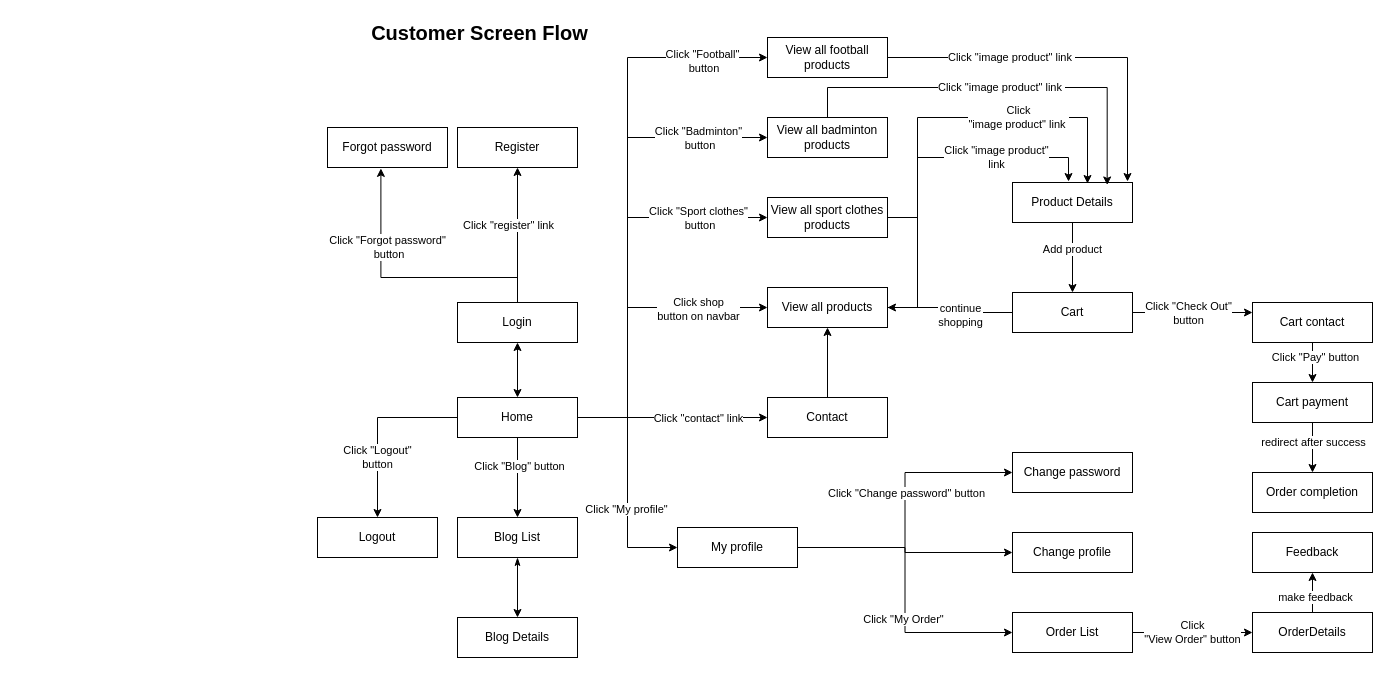
Before: page "User screen flow" (2 of 8) of document/Screen flow.drawio in QuynhNTT1802/SWP391-QuanLyMayPhatDien-G1, a draw.io diagram. Source tidied: cells renumbered, new cells numbered last; positions are measured from the earlier drawing's top-left corner, leaving out a move shared by most shapes. Both pictures are drawn from the tidied source at 100%, with x=0, y=0 at pixel (317, 17).
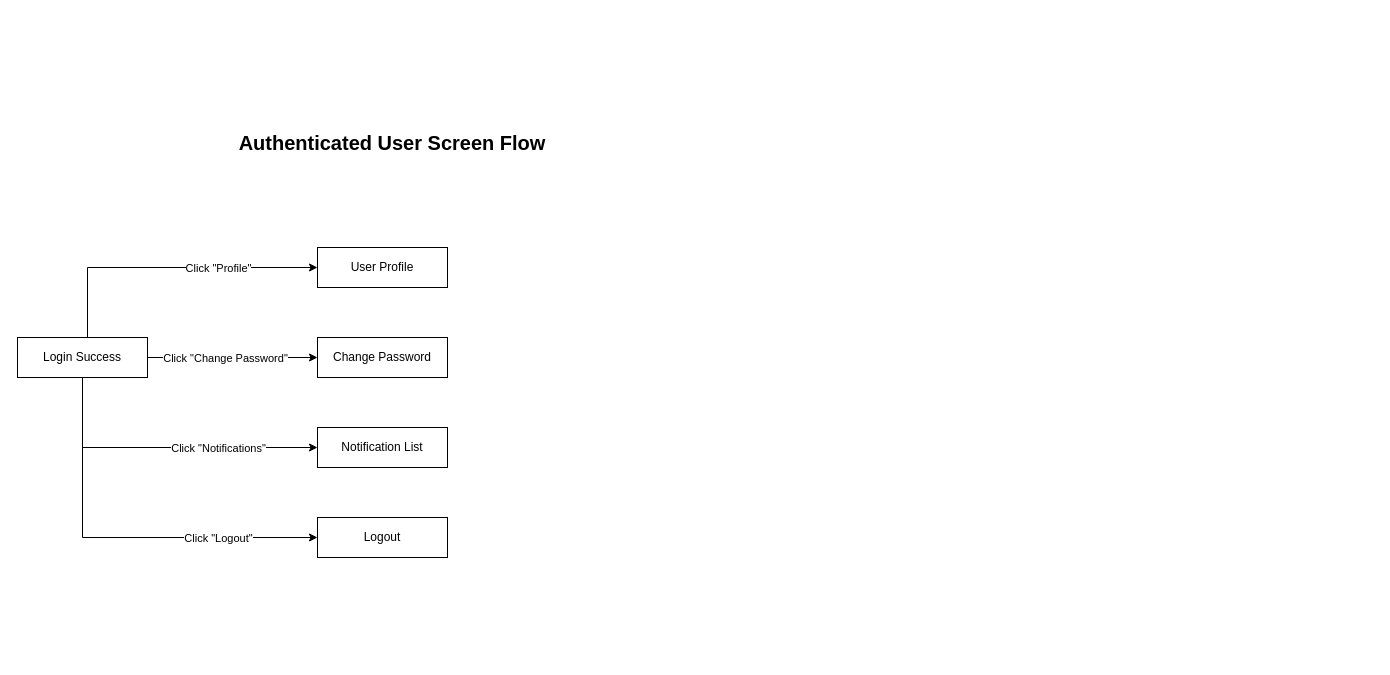
The same page after the edit.

Diff of the diagram source:
```diff
@@
-    <mxCell id="2" style="edgeStyle=orthogonalEdgeStyle;rounded=0;jettySize=auto;html=1;entryX=0.5;entryY=1;entryDx=0;entryDy=0;exitX=0.5;exitY=0;exitDx=0;exitDy=0;" parent="1" edge="1" source="67" target="4">
-      <mxGeometry relative="1" as="geometry" />
-    </mxCell>
-    <mxCell id="3" value="Click &quot;register&quot; link" style="edgeLabel;html=1;align=center;verticalAlign=middle;" parent="2" vertex="1">
-      <mxGeometry x="0.19" y="1" relative="1" as="geometry">
-        <mxPoint x="-9" y="2" as="offset" />
-      </mxGeometry>
-    </mxCell>
-    <mxCell id="4" value="Register" style="rounded=0;whiteSpace=wrap;html=1;" parent="1" vertex="1">
-      <mxGeometry x="140" y="110" width="120" height="40" as="geometry" />
-    </mxCell>
-    <mxCell id="5" value="Forgot password" style="rounded=0;whiteSpace=wrap;html=1;" parent="1" vertex="1">
-      <mxGeometry x="10" y="110" width="120" height="40" as="geometry" />
-    </mxCell>
-    <mxCell id="6" style="edgeStyle=orthogonalEdgeStyle;rounded=0;jettySize=auto;html=1;entryX=0;entryY=0.5;entryDx=0;entryDy=0;" parent="1" edge="1" source="18" target="20">
-      <mxGeometry relative="1" as="geometry">
-        <Array as="points">
-          <mxPoint x="310" y="400" />
-          <mxPoint x="310" y="290" />
-        </Array>
-      </mxGeometry>
-    </mxCell>
-    <mxCell id="7" value="Click shop&lt;br&gt;button on navbar" style="edgeLabel;html=1;align=center;verticalAlign=middle;" parent="6" vertex="1">
-      <mxGeometry x="-0.23" y="1" relative="1" as="geometry">
-        <mxPoint x="71" y="-43" as="offset" />
-      </mxGeometry>
-    </mxCell>
-    <mxCell id="8" style="edgeStyle=orthogonalEdgeStyle;rounded=0;jettySize=auto;html=1;entryX=0;entryY=0.5;entryDx=0;entryDy=0;" parent="1" edge="1" source="18" target="25">
-      <mxGeometry relative="1" as="geometry" />
-    </mxCell>
-    <mxCell id="9" value="Click &quot;contact&quot; link" style="edgeLabel;html=1;align=center;verticalAlign=middle;" parent="8" vertex="1">
-      <mxGeometry x="-0.16" y="1" relative="1" as="geometry">
-        <mxPoint x="40" y="1" as="offset" />
-      </mxGeometry>
-    </mxCell>
-    <mxCell id="10" style="edgeStyle=orthogonalEdgeStyle;rounded=0;jettySize=auto;html=1;entryX=0;entryY=0.5;entryDx=0;entryDy=0;" parent="1" edge="1" source="18" target="43">
-      <mxGeometry relative="1" as="geometry" />
-    </mxCell>
-    <mxCell id="11" value="Click &quot;My profile&quot;" style="edgeLabel;html=1;align=center;verticalAlign=middle;" parent="10" vertex="1">
-      <mxGeometry x="0.23" y="-2" relative="1" as="geometry" />
-    </mxCell>
-    <mxCell id="12" style="edgeStyle=orthogonalEdgeStyle;rounded=0;jettySize=auto;html=1;entryX=0.5;entryY=0;entryDx=0;entryDy=0;" parent="1" edge="1" source="18" target="53">
-      <mxGeometry relative="1" as="geometry" />
-    </mxCell>
-    <mxCell id="13" value="Click &quot;Blog&quot; button" style="edgeLabel;html=1;align=center;verticalAlign=middle;" parent="12" vertex="1">
-      <mxGeometry x="-0.3" y="1" relative="1" as="geometry" />
-    </mxCell>
-    <mxCell id="14" style="edgeStyle=orthogonalEdgeStyle;rounded=0;jettySize=auto;html=1;entryX=0;entryY=0.5;entryDx=0;entryDy=0;" parent="1" edge="1" source="18" target="57">
-      <mxGeometry relative="1" as="geometry">
-        <Array as="points">
-          <mxPoint x="310" y="400" />
-          <mxPoint x="310" y="200" />
-        </Array>
-      </mxGeometry>
-    </mxCell>
-    <mxCell id="15" style="edgeStyle=orthogonalEdgeStyle;rounded=0;jettySize=auto;html=1;entryX=0;entryY=0.5;entryDx=0;entryDy=0;" parent="1" edge="1" source="18" target="59">
-      <mxGeometry relative="1" as="geometry">
-        <Array as="points">
-          <mxPoint x="310" y="400" />
-          <mxPoint x="310" y="120" />
-        </Array>
-      </mxGeometry>
-    </mxCell>
-    <mxCell id="16" style="edgeStyle=orthogonalEdgeStyle;rounded=0;jettySize=auto;html=1;entryX=0;entryY=0.5;entryDx=0;entryDy=0;" parent="1" edge="1" source="18" target="61">
-      <mxGeometry relative="1" as="geometry">
-        <Array as="points">
-          <mxPoint x="310" y="400" />
-          <mxPoint x="310" y="40" />
-        </Array>
-      </mxGeometry>
-    </mxCell>
-    <mxCell id="17" value="Click &quot;Logout&quot;&lt;br&gt;button" style="edgeStyle=orthogonalEdgeStyle;rounded=0;jettySize=auto;html=1;entryX=0.5;entryY=0;entryDx=0;entryDy=0;" parent="1" edge="1" source="18" target="68">
-      <mxGeometry x="0.33" relative="1" as="geometry" />
-    </mxCell>
-    <mxCell id="18" value="Home" style="rounded=0;whiteSpace=wrap;html=1;" parent="1" vertex="1">
-      <mxGeometry x="140" y="380" width="120" height="40" as="geometry" />
-    </mxCell>
-    <mxCell id="19" value="Click&amp;nbsp;&quot;image product&quot;&lt;br&gt;&amp;nbsp;link&amp;nbsp;" style="edgeStyle=orthogonalEdgeStyle;rounded=0;jettySize=auto;html=1;entryX=0.467;entryY=-0.024;entryDx=0;entryDy=0;entryPerimeter=0;" parent="1" edge="1" source="20" target="23">
-      <mxGeometry x="0.46" relative="1" as="geometry">
-        <Array as="points">
-          <mxPoint x="600" y="290" />
-          <mxPoint x="600" y="140" />
-          <mxPoint x="751" y="140" />
-        </Array>
-      </mxGeometry>
-    </mxCell>
-    <mxCell id="20" value="View all products" style="rounded=0;whiteSpace=wrap;html=1;" parent="1" vertex="1">
-      <mxGeometry x="450" y="270" width="120" height="40" as="geometry" />
-    </mxCell>
-    <mxCell id="21" style="edgeStyle=orthogonalEdgeStyle;rounded=0;jettySize=auto;html=1;entryX=0.5;entryY=0;entryDx=0;entryDy=0;" parent="1" edge="1" source="23" target="30">
-      <mxGeometry relative="1" as="geometry" />
-    </mxCell>
-    <mxCell id="22" value="Add product" style="edgeLabel;html=1;align=center;verticalAlign=middle;" parent="21" vertex="1">
-      <mxGeometry x="-0.27" y="-1" relative="1" as="geometry" />
-    </mxCell>
-    <mxCell id="23" value="Product Details" style="rounded=0;whiteSpace=wrap;html=1;" parent="1" vertex="1">
-      <mxGeometry x="695" y="165" width="120" height="40" as="geometry" />
-    </mxCell>
-    <mxCell id="24" style="edgeStyle=orthogonalEdgeStyle;rounded=0;jettySize=auto;html=1;" parent="1" edge="1" source="25" target="20">
-      <mxGeometry relative="1" as="geometry" />
-    </mxCell>
-    <mxCell id="25" value="Contact" style="rounded=0;whiteSpace=wrap;html=1;" parent="1" vertex="1">
-      <mxGeometry x="450" y="380" width="120" height="40" as="geometry" />
-    </mxCell>
-    <mxCell id="26" style="edgeStyle=orthogonalEdgeStyle;rounded=0;jettySize=auto;html=1;entryX=1;entryY=0.5;entryDx=0;entryDy=0;" parent="1" edge="1" source="30" target="20">
-      <mxGeometry relative="1" as="geometry" />
-    </mxCell>
-    <mxCell id="27" value="continue&lt;br&gt;shopping" style="edgeLabel;html=1;align=center;verticalAlign=middle;" parent="26" vertex="1">
-      <mxGeometry x="-0.19" y="2" relative="1" as="geometry" />
-    </mxCell>
-    <mxCell id="28" style="edgeStyle=orthogonalEdgeStyle;rounded=0;jettySize=auto;html=1;entryX=0;entryY=0.25;entryDx=0;entryDy=0;" parent="1" edge="1" source="30" target="33">
-      <mxGeometry relative="1" as="geometry" />
-    </mxCell>
-    <mxCell id="29" value="Click &quot;Check Out&quot;&lt;br&gt;button" style="edgeLabel;html=1;align=center;verticalAlign=middle;" parent="28" vertex="1">
-      <mxGeometry x="-0.32" y="1" relative="1" as="geometry">
-        <mxPoint x="14" y="1" as="offset" />
-      </mxGeometry>
-    </mxCell>
-    <mxCell id="30" value="Cart" style="rounded=0;whiteSpace=wrap;html=1;" parent="1" vertex="1">
-      <mxGeometry x="695" y="275" width="120" height="40" as="geometry" />
-    </mxCell>
-    <mxCell id="31" style="edgeStyle=orthogonalEdgeStyle;rounded=0;jettySize=auto;html=1;" parent="1" edge="1" source="33" target="36">
-      <mxGeometry relative="1" as="geometry" />
-    </mxCell>
-    <mxCell id="32" value="Click &quot;Pay&quot; button" style="edgeLabel;html=1;align=center;verticalAlign=middle;" parent="31" vertex="1">
-      <mxGeometry x="-0.28" y="2" relative="1" as="geometry" />
-    </mxCell>
-    <mxCell id="33" value="Cart contact" style="rounded=0;whiteSpace=wrap;html=1;" parent="1" vertex="1">
-      <mxGeometry x="935" y="285" width="120" height="40" as="geometry" />
-    </mxCell>
-    <mxCell id="34" style="edgeStyle=orthogonalEdgeStyle;rounded=0;jettySize=auto;html=1;entryX=0.5;entryY=0;entryDx=0;entryDy=0;" parent="1" edge="1" source="36" target="37">
-      <mxGeometry relative="1" as="geometry" />
-    </mxCell>
-    <mxCell id="35" value="redirect after success" style="edgeLabel;html=1;align=center;verticalAlign=middle;" parent="34" vertex="1">
-      <mxGeometry x="-0.23" relative="1" as="geometry" />
-    </mxCell>
-    <mxCell id="36" value="Cart payment" style="rounded=0;whiteSpace=wrap;html=1;" parent="1" vertex="1">
-      <mxGeometry x="935" y="365" width="120" height="40" as="geometry" />
-    </mxCell>
-    <mxCell id="37" value="Order completion" style="rounded=0;whiteSpace=wrap;html=1;" parent="1" vertex="1">
-      <mxGeometry x="935" y="455" width="120" height="40" as="geometry" />
-    </mxCell>
-    <mxCell id="38" style="edgeStyle=orthogonalEdgeStyle;rounded=0;jettySize=auto;html=1;entryX=0;entryY=0.5;entryDx=0;entryDy=0;" parent="1" edge="1" source="43" target="44">
-      <mxGeometry relative="1" as="geometry" />
-    </mxCell>
-    <mxCell id="39" style="edgeStyle=orthogonalEdgeStyle;rounded=0;jettySize=auto;html=1;entryX=0;entryY=0.5;entryDx=0;entryDy=0;" parent="1" edge="1" source="43" target="45">
-      <mxGeometry relative="1" as="geometry" />
-    </mxCell>
-    <mxCell id="40" value="Click &quot;Change password&quot; button" style="edgeLabel;html=1;align=center;verticalAlign=middle;" parent="39" vertex="1">
-      <mxGeometry x="0.12" y="-1" relative="1" as="geometry" />
-    </mxCell>
-    <mxCell id="41" style="edgeStyle=orthogonalEdgeStyle;rounded=0;jettySize=auto;html=1;entryX=0;entryY=0.5;entryDx=0;entryDy=0;" parent="1" edge="1" source="43" target="47">
-      <mxGeometry relative="1" as="geometry" />
-    </mxCell>
-    <mxCell id="42" value="Click &quot;My Order&quot;" style="edgeLabel;html=1;align=center;verticalAlign=middle;" parent="41" vertex="1">
-      <mxGeometry x="0.19" y="-2" relative="1" as="geometry" />
-    </mxCell>
-    <mxCell id="43" value="My profile" style="rounded=0;whiteSpace=wrap;html=1;" parent="1" vertex="1">
-      <mxGeometry x="360" y="510" width="120" height="40" as="geometry" />
-    </mxCell>
-    <mxCell id="44" value="Change profile" style="rounded=0;whiteSpace=wrap;html=1;" parent="1" vertex="1">
-      <mxGeometry x="695" y="515" width="120" height="40" as="geometry" />
-    </mxCell>
-    <mxCell id="45" value="Change password" style="rounded=0;whiteSpace=wrap;html=1;" parent="1" vertex="1">
-      <mxGeometry x="695" y="435" width="120" height="40" as="geometry" />
-    </mxCell>
-    <mxCell id="46" value="Click&lt;br&gt;&quot;View Order&quot; button" style="edgeStyle=orthogonalEdgeStyle;rounded=0;jettySize=auto;html=1;entryX=0;entryY=0.5;entryDx=0;entryDy=0;startArrow=none;startFill=0;endArrow=classic;endFill=1;" parent="1" edge="1" source="47" target="50">
-      <mxGeometry relative="1" as="geometry" />
-    </mxCell>
-    <mxCell id="47" value="Order List" style="rounded=0;whiteSpace=wrap;html=1;" parent="1" vertex="1">
-      <mxGeometry x="695" y="595" width="120" height="40" as="geometry" />
-    </mxCell>
-    <mxCell id="48" style="edgeStyle=orthogonalEdgeStyle;rounded=0;jettySize=auto;html=1;entryX=0.5;entryY=1;entryDx=0;entryDy=0;" parent="1" edge="1" source="50" target="51">
-      <mxGeometry relative="1" as="geometry" />
-    </mxCell>
-    <mxCell id="49" value="make feedback" style="edgeLabel;html=1;align=center;verticalAlign=middle;" parent="48" vertex="1">
-      <mxGeometry x="-0.19" y="-2" relative="1" as="geometry" />
-    </mxCell>
-    <mxCell id="50" value="OrderDetails" style="rounded=0;whiteSpace=wrap;html=1;" parent="1" vertex="1">
-      <mxGeometry x="935" y="595" width="120" height="40" as="geometry" />
-    </mxCell>
-    <mxCell id="51" value="Feedback" style="rounded=0;whiteSpace=wrap;html=1;" parent="1" vertex="1">
-      <mxGeometry x="935" y="515" width="120" height="40" as="geometry" />
-    </mxCell>
-    <mxCell id="52" style="edgeStyle=orthogonalEdgeStyle;rounded=0;jettySize=auto;html=1;entryX=0.5;entryY=0;entryDx=0;entryDy=0;startArrow=classicThin;startFill=1;" parent="1" edge="1" source="53" target="54">
-      <mxGeometry relative="1" as="geometry" />
-    </mxCell>
-    <mxCell id="53" value="Blog List" style="rounded=0;whiteSpace=wrap;html=1;" parent="1" vertex="1">
-      <mxGeometry x="140" y="500" width="120" height="40" as="geometry" />
-    </mxCell>
-    <mxCell id="54" value="Blog Details" style="rounded=0;whiteSpace=wrap;html=1;" parent="1" vertex="1">
-      <mxGeometry x="140" y="600" width="120" height="40" as="geometry" />
-    </mxCell>
-    <mxCell id="55" value="Customer Screen Flow" style="text;html=1;strokeColor=none;fillColor=none;align=center;verticalAlign=middle;whiteSpace=wrap;rounded=0;fontStyle=1;fontSize=20;" parent="1" vertex="1">
-      <mxGeometry x="50" width="225" height="30" as="geometry" />
-    </mxCell>
-    <mxCell id="56" value="Click &lt;br&gt;&quot;image product&quot; link&amp;nbsp;" style="edgeStyle=orthogonalEdgeStyle;rounded=0;jettySize=auto;html=1;" parent="1" edge="1" source="57">
-      <mxGeometry x="0.26" relative="1" as="geometry">
-        <mxPoint x="770" y="166" as="targetPoint" />
-        <Array as="points">
-          <mxPoint x="600" y="200" />
-          <mxPoint x="600" y="100" />
-          <mxPoint x="770" y="100" />
-          <mxPoint x="770" y="166" />
-        </Array>
-      </mxGeometry>
-    </mxCell>
-    <mxCell id="57" value="View all sport clothes products" style="rounded=0;whiteSpace=wrap;html=1;" parent="1" vertex="1">
-      <mxGeometry x="450" y="180" width="120" height="40" as="geometry" />
-    </mxCell>
-    <mxCell id="58" value="Click &quot;image product&quot; link&amp;nbsp;" style="edgeStyle=orthogonalEdgeStyle;rounded=0;jettySize=auto;html=1;entryX=0.789;entryY=0.062;entryDx=0;entryDy=0;entryPerimeter=0;" parent="1" edge="1" source="59" target="23">
-      <mxGeometry relative="1" as="geometry">
-        <Array as="points">
-          <mxPoint x="510" y="70" />
-          <mxPoint x="790" y="70" />
-        </Array>
-      </mxGeometry>
-    </mxCell>
-    <mxCell id="59" value="View all badminton products" style="rounded=0;whiteSpace=wrap;html=1;" parent="1" vertex="1">
-      <mxGeometry x="450" y="100" width="120" height="40" as="geometry" />
-    </mxCell>
-    <mxCell id="60" value="Click &quot;image product&quot; link&amp;nbsp;" style="edgeStyle=orthogonalEdgeStyle;rounded=0;jettySize=auto;html=1;exitX=1;exitY=0.5;exitDx=0;exitDy=0;" parent="1" edge="1" source="61">
-      <mxGeometry x="-0.32" relative="1" as="geometry">
-        <mxPoint x="810" y="164" as="targetPoint" />
-        <Array as="points">
-          <mxPoint x="810" y="40" />
-        </Array>
-      </mxGeometry>
-    </mxCell>
-    <mxCell id="61" value="View all football products" style="rounded=0;whiteSpace=wrap;html=1;" parent="1" vertex="1">
-      <mxGeometry x="450" y="20" width="120" height="40" as="geometry" />
-    </mxCell>
-    <mxCell id="62" value="Click &quot;Sport clothes&quot;&lt;br&gt;&amp;nbsp;button" style="edgeLabel;html=1;align=center;verticalAlign=middle;" parent="1" vertex="1">
-      <mxGeometry x="380" y="200" as="geometry" />
-    </mxCell>
-    <mxCell id="63" value="Click &quot;Badminton&quot;&lt;br&gt;&amp;nbsp;button" style="edgeLabel;html=1;align=center;verticalAlign=middle;" parent="1" vertex="1">
-      <mxGeometry x="380" y="120" as="geometry" />
-    </mxCell>
-    <mxCell id="64" value="Click &quot;Football&quot;&lt;br&gt;&amp;nbsp;button" style="edgeLabel;html=1;align=center;verticalAlign=middle;" parent="1" vertex="1">
-      <mxGeometry x="380" y="40" as="geometry">
-        <mxPoint x="4" y="3" as="offset" />
-      </mxGeometry>
-    </mxCell>
-    <mxCell id="65" style="edgeStyle=orthogonalEdgeStyle;rounded=0;jettySize=auto;html=1;entryX=0.5;entryY=0;entryDx=0;entryDy=0;startArrow=classic;startFill=1;" parent="1" edge="1" source="67" target="18">
-      <mxGeometry relative="1" as="geometry" />
-    </mxCell>
-    <mxCell id="66" value="Click &quot;Forgot password&quot;&lt;br&gt;&amp;nbsp;button" style="edgeStyle=orthogonalEdgeStyle;rounded=0;jettySize=auto;html=1;entryX=0.445;entryY=1.023;entryDx=0;entryDy=0;entryPerimeter=0;" parent="1" edge="1" source="67" target="5">
-      <mxGeometry x="0.42" y="-7" relative="1" as="geometry">
-        <Array as="points">
-          <mxPoint x="200" y="260" />
-          <mxPoint x="63" y="260" />
-        </Array>
-      </mxGeometry>
-    </mxCell>
-    <mxCell id="67" value="Login" style="rounded=0;whiteSpace=wrap;html=1;" parent="1" vertex="1">
-      <mxGeometry x="140" y="285" width="120" height="40" as="geometry" />
-    </mxCell>
+    <mxCell id="69" value="Authenticated User Screen Flow" style="text;html=1;strokeColor=none;fillColor=none;align=center;verticalAlign=middle;whiteSpace=wrap;rounded=0;fontStyle=1;fontSize=20;" parent="1" vertex="1">
+      <mxGeometry x="-100" y="110" width="350" height="30" as="geometry" />
+    </mxCell>
+    <mxCell id="70" value="Login Success" style="rounded=0;whiteSpace=wrap;html=1;" parent="1" vertex="1">
+      <mxGeometry x="-300" y="320" width="130" height="40" as="geometry" />
+    </mxCell>
+    <mxCell id="71" value="User Profile" style="rounded=0;whiteSpace=wrap;html=1;" parent="1" vertex="1">
+      <mxGeometry y="230" width="130" height="40" as="geometry" />
+    </mxCell>
+    <mxCell id="72" value="Change Password" style="rounded=0;whiteSpace=wrap;html=1;" parent="1" vertex="1">
+      <mxGeometry y="320" width="130" height="40" as="geometry" />
+    </mxCell>
+    <mxCell id="73" value="Notification List" style="rounded=0;whiteSpace=wrap;html=1;" parent="1" vertex="1">
+      <mxGeometry y="410" width="130" height="40" as="geometry" />
+    </mxCell>
     <mxCell id="68" value="Logout" style="rounded=0;whiteSpace=wrap;html=1;" parent="1" vertex="1">
-      <mxGeometry y="500" width="120" height="40" as="geometry" />
+      <mxGeometry y="500" width="130" height="40" as="geometry" />
     </mxCell>
+    <mxCell id="74" style="edgeStyle=orthogonalEdgeStyle;rounded=0;jettySize=auto;html=1;" parent="1" edge="1" source="70" target="71">
+      <mxGeometry relative="1" as="geometry">
+        <Array as="points">
+          <mxPoint x="-230" y="250" />
+        </Array>
+      </mxGeometry>
+    </mxCell>
+    <mxCell id="75" value="Click &quot;Profile&quot;" style="edgeLabel;html=1;align=center;verticalAlign=middle;" parent="74" vertex="1">
+      <mxGeometry x="-0.1" relative="1" as="geometry">
+        <mxPoint x="65" as="offset" />
+      </mxGeometry>
+    </mxCell>
+    <mxCell id="76" style="edgeStyle=orthogonalEdgeStyle;rounded=0;jettySize=auto;html=1;" parent="1" edge="1" source="70" target="72">
+      <mxGeometry relative="1" as="geometry" />
+    </mxCell>
+    <mxCell id="77" value="Click &quot;Change Password&quot;" style="edgeLabel;html=1;align=center;verticalAlign=middle;" parent="76" vertex="1">
+      <mxGeometry x="-0.1" relative="1" as="geometry" />
+    </mxCell>
+    <mxCell id="78" style="edgeStyle=orthogonalEdgeStyle;rounded=0;jettySize=auto;html=1;" parent="1" edge="1" source="70" target="73">
+      <mxGeometry relative="1" as="geometry">
+        <Array as="points">
+          <mxPoint x="-235" y="430" />
+        </Array>
+      </mxGeometry>
+    </mxCell>
+    <mxCell id="79" value="Click &quot;Notifications&quot;" style="edgeLabel;html=1;align=center;verticalAlign=middle;" parent="78" vertex="1">
+      <mxGeometry x="-0.1" relative="1" as="geometry">
+        <mxPoint x="68" as="offset" />
+      </mxGeometry>
+    </mxCell>
+    <mxCell id="80" style="edgeStyle=orthogonalEdgeStyle;rounded=0;jettySize=auto;html=1;" parent="1" edge="1" source="70" target="68">
+      <mxGeometry relative="1" as="geometry">
+        <Array as="points">
+          <mxPoint x="-235" y="520" />
+        </Array>
+      </mxGeometry>
+    </mxCell>
+    <mxCell id="81" value="Click &quot;Logout&quot;" style="edgeLabel;html=1;align=center;verticalAlign=middle;" parent="80" vertex="1">
+      <mxGeometry x="-0.1" relative="1" as="geometry">
+        <mxPoint x="117" as="offset" />
+      </mxGeometry>
+    </mxCell>
```
